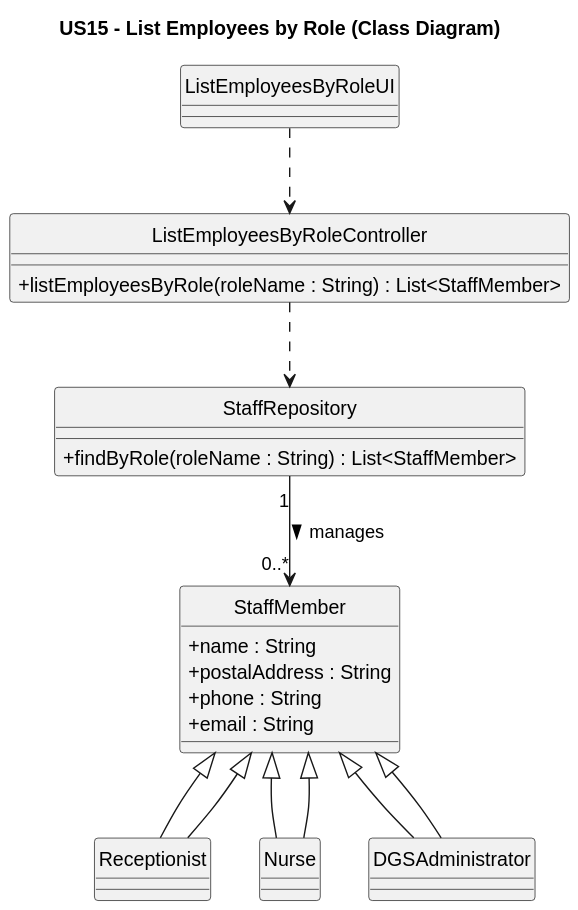
Earlier version of the PlantUML export docs/system-documentation/US15/svg/US15-CD.svg (luluisfcm/leti-esoft-25-26-B5). Source of this version:
```plantuml
@startuml

hide circle
skinparam classAttributeIconSize 0

title US15 - List Employees by Role (Class Diagram)


class ListEmployeesByRoleUI {

}


class ListEmployeesByRoleController {

  +listEmployeesByRole(roleName : String) : List<StaffMember>
}


class StaffMember {

  + name : String
  + postalAddress : String
  + phone : String
  + email : String
}

class Receptionist extends StaffMember
class Nurse extends StaffMember
class DGSAdministrator extends StaffMember

class StaffRepository {

  +findByRole(roleName : String) : List<StaffMember>
}

ListEmployeesByRoleUI ..> ListEmployeesByRoleController

ListEmployeesByRoleController ..> StaffRepository

StaffRepository "1" --> "0..*" StaffMember : manages >

Receptionist --|> StaffMember
Nurse --|> StaffMember
DGSAdministrator --|> StaffMember
@enduml
```
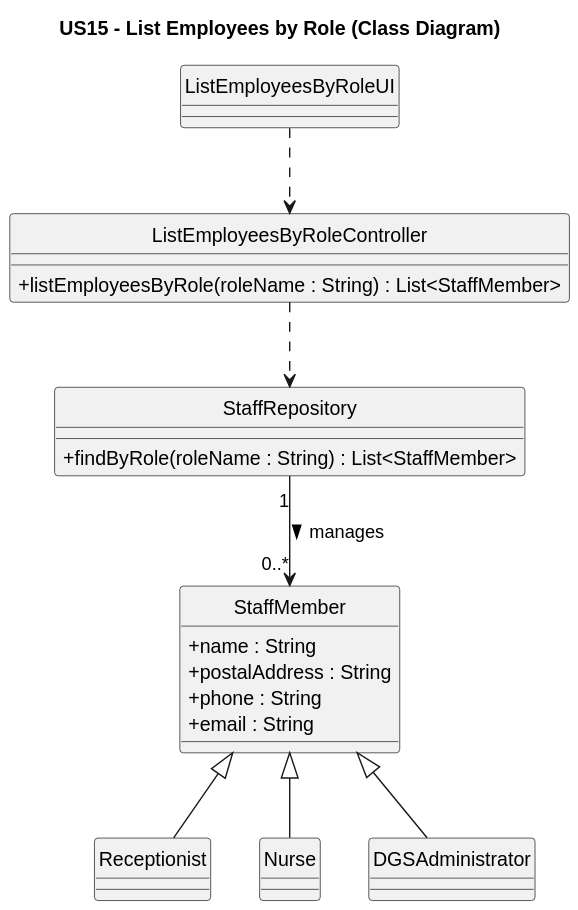
Above is the later version.

Change to the diagram source:
```diff
@@ -39,8 +39,4 @@
 ListEmployeesByRoleController ..> StaffRepository
 
 StaffRepository "1" --> "0..*" StaffMember : manages >
-
-Receptionist --|> StaffMember
-Nurse --|> StaffMember
-DGSAdministrator --|> StaffMember
 @enduml
```
